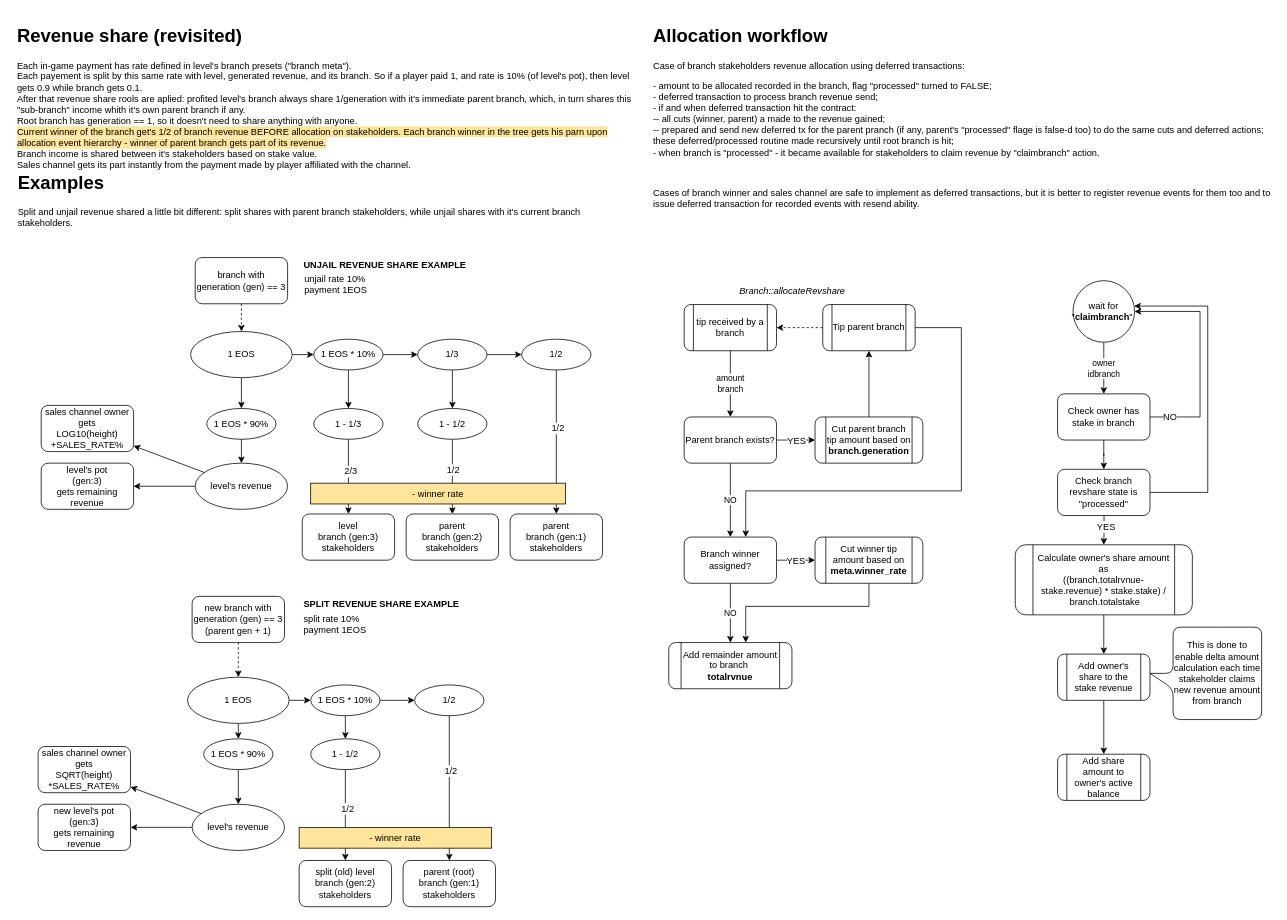
The draw.io diagram page "revenue share" (12 of 14) of ia/WOFFLER IA.drawio in cptn-solo/woffler_contract, before the edit. Source tidied: cells renumbered, new cells numbered last; positions are measured from the earlier drawing's top-left corner, leaving out a move shared by most shapes. Both pictures are drawn from the tidied source at 77%, with x=0, y=0 at pixel (12, 21).
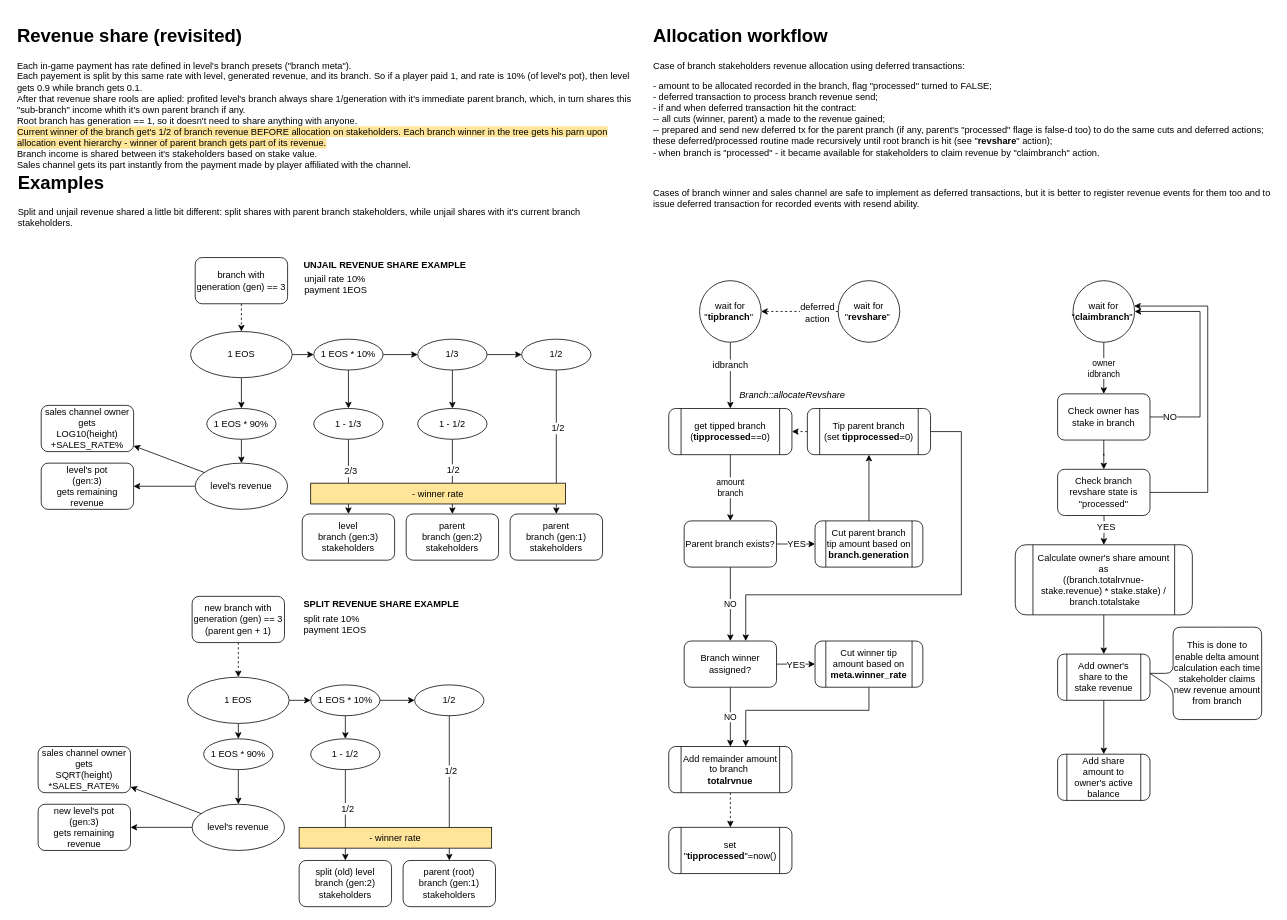
Above is the later version.

Commit message (it also covers changes not shown here):
#50 Implement deferred transactions queueing: IA updated;

Change to the diagram source:
```diff
@@
-    <mxCell id="63" value="&lt;h1&gt;Allocation workflow&lt;/h1&gt;&lt;p&gt;Case of branch stakeholders revenue allocation using deferred transactions:&lt;/p&gt;&lt;p&gt;&lt;span&gt;- amount to be allocated recorded in the branch, flag &quot;processed&quot; turned to FALSE;&lt;br&gt;&lt;/span&gt;- deferred transaction to process branch revenue send;&lt;br&gt;- if and when deferred transaction hit the contract:&lt;br&gt;-- all cuts (winner, parent) a made to the revenue gained;&lt;br&gt;-- prepared and send new deferred tx for the parent pranch (if any, parent's &quot;processed&quot; flage is false-d too) to do the same cuts and deferred actions; these deferred/processed routine made recursively until root branch is hit;&lt;br&gt;- when branch is &quot;processed&quot; - it became available for stakeholders to claim revenue by &quot;claimbranch&quot; action.&lt;/p&gt;&lt;p&gt;&lt;span&gt;&lt;br&gt;&lt;/span&gt;&lt;/p&gt;&lt;p&gt;&lt;span&gt;Cases of branch winner and sales channel are safe to implement as deferred transactions, but it is better to register revenue events for them too and to issue deferred transaction for recorded events with resend ability.&lt;/span&gt;&lt;br&gt;&lt;/p&gt;" style="text;html=1;strokeColor=none;fillColor=none;spacing=5;spacingTop=-20;whiteSpace=wrap;overflow=hidden;rounded=0;" parent="1" vertex="1">
+    <mxCell id="63" value="&lt;h1&gt;Allocation workflow&lt;/h1&gt;&lt;p&gt;Case of branch stakeholders revenue allocation using deferred transactions:&lt;/p&gt;&lt;p&gt;&lt;span&gt;- amount to be allocated recorded in the branch, flag &quot;processed&quot; turned to FALSE;&lt;br&gt;&lt;/span&gt;- deferred transaction to process branch revenue send;&lt;br&gt;- if and when deferred transaction hit the contract:&lt;br&gt;-- all cuts (winner, parent) a made to the revenue gained;&lt;br&gt;-- prepared and send new deferred tx for the parent pranch (if any, parent's &quot;processed&quot; flage is false-d too) to do the same cuts and deferred actions; these deferred/processed routine made recursively until root branch is hit (see &quot;&lt;b&gt;revshare&lt;/b&gt;&quot; action);&lt;br&gt;- when branch is &quot;processed&quot; - it became available for stakeholders to claim revenue by &quot;claimbranch&quot; action.&lt;/p&gt;&lt;p&gt;&lt;span&gt;&lt;br&gt;&lt;/span&gt;&lt;/p&gt;&lt;p&gt;&lt;span&gt;Cases of branch winner and sales channel are safe to implement as deferred transactions, but it is better to register revenue events for them too and to issue deferred transaction for recorded events with resend ability.&lt;/span&gt;&lt;br&gt;&lt;/p&gt;" style="text;html=1;strokeColor=none;fillColor=none;spacing=5;spacingTop=-20;whiteSpace=wrap;overflow=hidden;rounded=0;" parent="1" vertex="1">
       <mxGeometry x="827" width="810" height="290" as="geometry" />
     </mxCell>
@@
-    <mxCell id="77" value="tip received by a branch" style="shape=process;whiteSpace=wrap;html=1;backgroundOutline=1;rounded=1;" parent="1" vertex="1">
-      <mxGeometry x="872" y="368" width="120" height="60" as="geometry" />
+    <mxCell id="77" value="get tipped branch&lt;br&gt;(&lt;b&gt;tipprocessed&lt;/b&gt;==0)&lt;br&gt;" style="shape=process;whiteSpace=wrap;html=1;backgroundOutline=1;rounded=1;" parent="1" vertex="1">
+      <mxGeometry x="852" y="503" width="160" height="60" as="geometry" />
     </mxCell>
@@
     <mxCell id="81" value="Parent branch exists?" style="rounded=1;whiteSpace=wrap;html=1;" parent="1" vertex="1">
-      <mxGeometry x="872" y="514" width="120" height="60" as="geometry" />
+      <mxGeometry x="872" y="649" width="120" height="60" as="geometry" />
     </mxCell>
@@
     <mxCell id="84" style="edgeStyle=orthogonalEdgeStyle;rounded=0;jettySize=auto;html=1;dashed=1;" parent="1" edge="1" source="88" target="77">
       <mxGeometry relative="1" as="geometry">
         <Array as="points">
-          <mxPoint x="1112" y="398" />
+          <mxPoint x="1112" y="533" />
         </Array>
       </mxGeometry>
     </mxCell>
@@
     <mxCell id="86" value="Cut parent branch tip amount based on &lt;b&gt;branch.generation&lt;/b&gt;" style="shape=process;whiteSpace=wrap;html=1;backgroundOutline=1;rounded=1;" parent="1" vertex="1">
-      <mxGeometry x="1042" y="514" width="140" height="60" as="geometry" />
+      <mxGeometry x="1042" y="649" width="140" height="60" as="geometry" />
     </mxCell>
     <mxCell id="87" style="edgeStyle=orthogonalEdgeStyle;rounded=0;jettySize=auto;html=1;" parent="1" edge="1" source="88" target="93">
       <mxGeometry relative="1" as="geometry">
         <Array as="points">
-          <mxPoint x="1232" y="398" />
-          <mxPoint x="1232" y="610" />
-          <mxPoint x="952" y="610" />
+          <mxPoint x="1232" y="533" />
+          <mxPoint x="1232" y="745" />
+          <mxPoint x="952" y="745" />
         </Array>
       </mxGeometry>
     </mxCell>
-    <mxCell id="88" value="Tip parent branch" style="shape=process;whiteSpace=wrap;html=1;backgroundOutline=1;rounded=1;" parent="1" vertex="1">
-      <mxGeometry x="1052" y="368" width="120" height="60" as="geometry" />
+    <mxCell id="88" value="Tip parent branch&lt;br&gt;(set &lt;b&gt;tipprocessed&lt;/b&gt;=0)&lt;br&gt;" style="shape=process;whiteSpace=wrap;html=1;backgroundOutline=1;rounded=1;" parent="1" vertex="1">
+      <mxGeometry x="1032" y="503" width="160" height="60" as="geometry" />
     </mxCell>
     <mxCell id="89" value="&lt;div&gt;&lt;span&gt;&lt;i&gt;Branch::allocateRevshare&lt;/i&gt;&lt;/span&gt;&lt;/div&gt;" style="text;html=1;align=left;verticalAlign=top;spacingTop=-4;" parent="1" vertex="1">
-      <mxGeometry x="942" y="341" width="150" height="20" as="geometry" />
+      <mxGeometry x="942" y="476" width="150" height="20" as="geometry" />
     </mxCell>
@@
     <mxCell id="93" value="Branch winner assigned?" style="whiteSpace=wrap;html=1;backgroundOutline=1;rounded=1;" parent="1" vertex="1">
-      <mxGeometry x="872" y="670" width="120" height="60" as="geometry" />
+      <mxGeometry x="872" y="805" width="120" height="60" as="geometry" />
     </mxCell>
     <mxCell id="94" style="edgeStyle=orthogonalEdgeStyle;rounded=0;jettySize=auto;html=1;" parent="1" edge="1" source="95" target="96">
       <mxGeometry relative="1" as="geometry">
         <Array as="points">
-          <mxPoint x="1112" y="760" />
-          <mxPoint x="952" y="760" />
+          <mxPoint x="1112" y="895" />
+          <mxPoint x="952" y="895" />
         </Array>
       </mxGeometry>
     </mxCell>
     <mxCell id="95" value="Cut winner tip amount based on &lt;b&gt;meta.winner_rate&lt;/b&gt;" style="shape=process;whiteSpace=wrap;html=1;backgroundOutline=1;rounded=1;" parent="1" vertex="1">
-      <mxGeometry x="1042" y="670" width="140" height="60" as="geometry" />
+      <mxGeometry x="1042" y="805" width="140" height="60" as="geometry" />
     </mxCell>
+    <mxCell id="100" style="edgeStyle=orthogonalEdgeStyle;rounded=0;jettySize=auto;html=1;dashed=1;" parent="1" edge="1" source="96" target="101">
+      <mxGeometry relative="1" as="geometry" />
+    </mxCell>
     <mxCell id="96" value="Add remainder amount to branch&amp;nbsp;&lt;br&gt;&lt;span&gt;&lt;b&gt;totalrvnue&lt;/b&gt;&lt;/span&gt;" style="shape=process;whiteSpace=wrap;html=1;backgroundOutline=1;rounded=1;" parent="1" vertex="1">
-      <mxGeometry x="852" y="807" width="160" height="60" as="geometry" />
+      <mxGeometry x="852" y="942" width="160" height="60" as="geometry" />
     </mxCell>
+    <mxCell id="101" value="set &quot;&lt;b&gt;tipprocessed&lt;/b&gt;&quot;=now()&lt;br&gt;" style="shape=process;whiteSpace=wrap;html=1;backgroundOutline=1;rounded=1;" parent="1" vertex="1">
+      <mxGeometry x="852" y="1047" width="160" height="60" as="geometry" />
+    </mxCell>
@@
+    <mxCell id="102" style="edgeStyle=orthogonalEdgeStyle;rounded=0;jettySize=auto;html=1;dashed=1;" parent="1" edge="1" source="104" target="107">
+      <mxGeometry relative="1" as="geometry">
+        <Array as="points">
+          <mxPoint x="932" y="340" />
+        </Array>
+      </mxGeometry>
+    </mxCell>
+    <mxCell id="103" value="deferred&lt;br&gt;action" style="text;html=1;align=center;verticalAlign=middle;labelBackgroundColor=#ffffff;" parent="102" vertex="1">
+      <mxGeometry x="-0.44" y="1" relative="1" as="geometry" />
+    </mxCell>
+    <mxCell id="104" value="wait for&lt;br&gt;&quot;&lt;span&gt;&lt;b&gt;revshare&lt;/b&gt;&lt;/span&gt;&lt;span&gt;&quot;&amp;nbsp;&lt;/span&gt;&lt;br&gt;" style="ellipse;whiteSpace=wrap;html=1;" parent="1" vertex="1">
+      <mxGeometry x="1072" y="337" width="80" height="80" as="geometry" />
+    </mxCell>
+    <mxCell id="105" style="edgeStyle=orthogonalEdgeStyle;rounded=0;jettySize=auto;html=1;" parent="1" edge="1" source="107" target="77">
+      <mxGeometry relative="1" as="geometry" />
+    </mxCell>
+    <mxCell id="106" value="idbranch" style="text;html=1;align=center;verticalAlign=middle;labelBackgroundColor=#ffffff;" parent="105" vertex="1">
+      <mxGeometry x="-0.32" y="-1" relative="1" as="geometry" />
+    </mxCell>
+    <mxCell id="107" value="wait for&lt;br&gt;&quot;&lt;span&gt;&lt;b&gt;tipbranch&lt;/b&gt;&lt;/span&gt;&lt;span&gt;&quot;&amp;nbsp;&lt;/span&gt;&lt;br&gt;" style="ellipse;whiteSpace=wrap;html=1;" parent="1" vertex="1">
+      <mxGeometry x="892" y="337" width="80" height="80" as="geometry" />
+    </mxCell>
```
